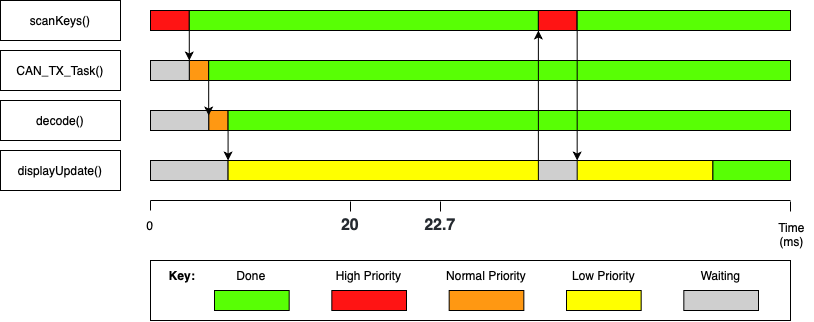
Above: doc/resources/timing.png in mp619/MartinMusic (draw.io), before the change. Source tidied: cells renumbered, new cells last; positions are measured from the earlier drawing's top-left corner, leaving out a move shared by most shapes.
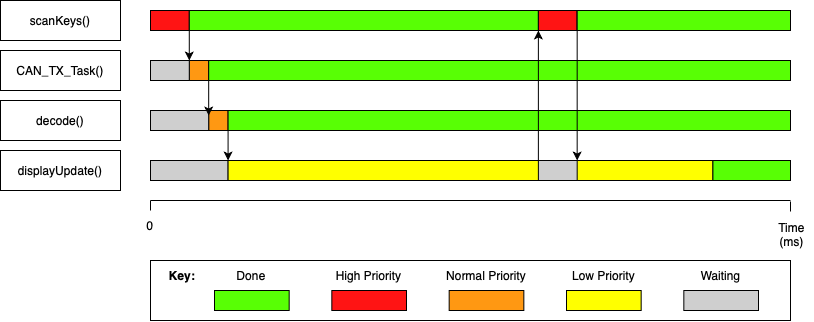
After the commit.

Commit message:
Proper timing diagram

Change to the diagram source:
```diff
@@ -26,12 +26,6 @@
         <mxPoint x="150" y="210" as="targetPoint" />
       </mxGeometry>
     </mxCell>
-    <mxCell id="8" style="endArrow=none;html=1;rounded=0;" parent="1" edge="1">
-      <mxGeometry relative="1" as="geometry">
-        <mxPoint x="350" y="201" as="sourcePoint" />
-        <mxPoint x="350" y="211" as="targetPoint" />
-      </mxGeometry>
-    </mxCell>
     <mxCell id="9" value="0" style="text;html=1;strokeColor=none;fillColor=none;align=center;verticalAlign=middle;whiteSpace=wrap;rounded=0;" parent="1" vertex="1">
       <mxGeometry x="120" y="210" width="60" height="30" as="geometry" />
     </mxCell>
@@ -44,18 +38,6 @@
         <mxPoint x="790" y="211" as="targetPoint" />
       </mxGeometry>
     </mxCell>
-    <mxCell id="12" value="&lt;font color=&quot;#24292f&quot; size=&quot;3&quot;&gt;&lt;span style=&quot;font-weight: 600 ; background-color: rgb(255 , 255 , 255)&quot;&gt;20&lt;/span&gt;&lt;/font&gt;" style="text;html=1;strokeColor=none;fillColor=none;align=center;verticalAlign=middle;whiteSpace=wrap;rounded=0;" parent="1" vertex="1">
-      <mxGeometry x="320" y="210" width="60" height="30" as="geometry" />
-    </mxCell>
-    <mxCell id="13" style="endArrow=none;html=1;rounded=0;" parent="1" edge="1">
-      <mxGeometry relative="1" as="geometry">
-        <mxPoint x="440" y="201" as="sourcePoint" />
-        <mxPoint x="440" y="211" as="targetPoint" />
-      </mxGeometry>
-    </mxCell>
-    <mxCell id="14" value="&lt;font color=&quot;#24292f&quot; size=&quot;3&quot;&gt;&lt;span style=&quot;font-weight: 600 ; background-color: rgb(255 , 255 , 255)&quot;&gt;22.7&lt;/span&gt;&lt;/font&gt;" style="text;html=1;strokeColor=none;fillColor=none;align=center;verticalAlign=middle;whiteSpace=wrap;rounded=0;" parent="1" vertex="1">
-      <mxGeometry x="410" y="210" width="60" height="30" as="geometry" />
-    </mxCell>
     <mxCell id="15" style="group;" parent="1" vertex="1">
       <mxGeometry x="150" y="10" width="640" height="170" as="geometry" />
     </mxCell>
```
